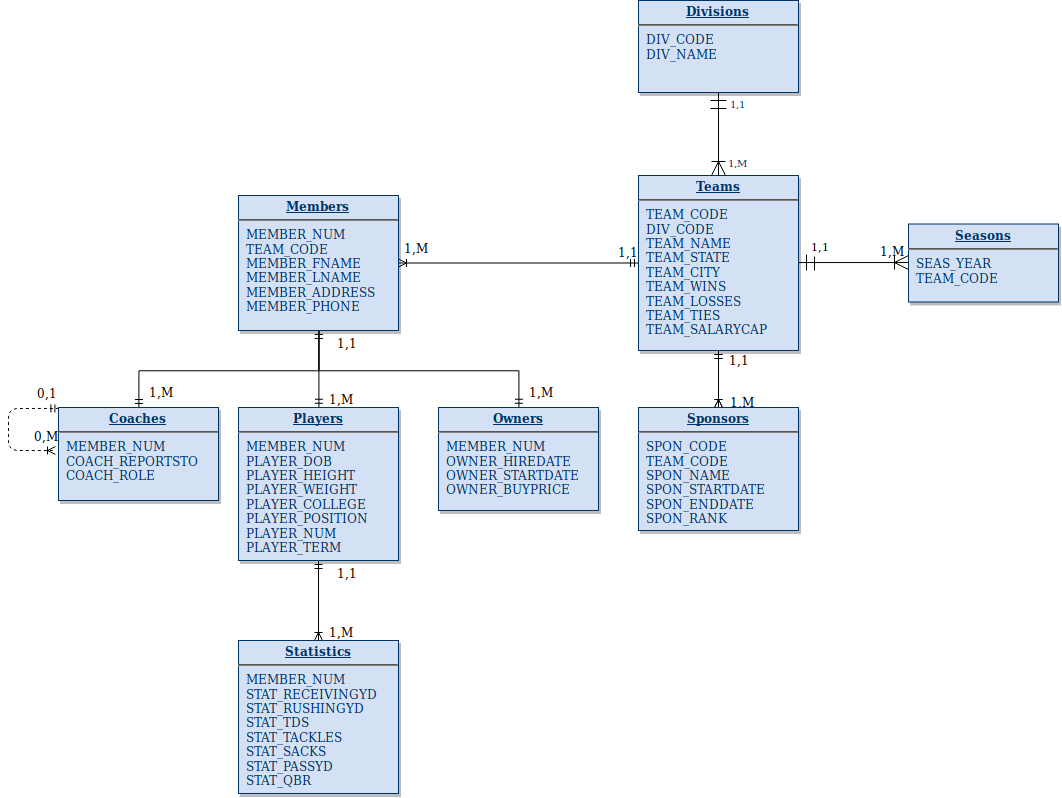
Above: football_db.png in molker/CSC3210-GroupProject (draw.io), before the change. Source tidied: cells renumbered, new cells last; positions are measured from the earlier drawing's top-left corner, leaving out a move shared by most shapes.
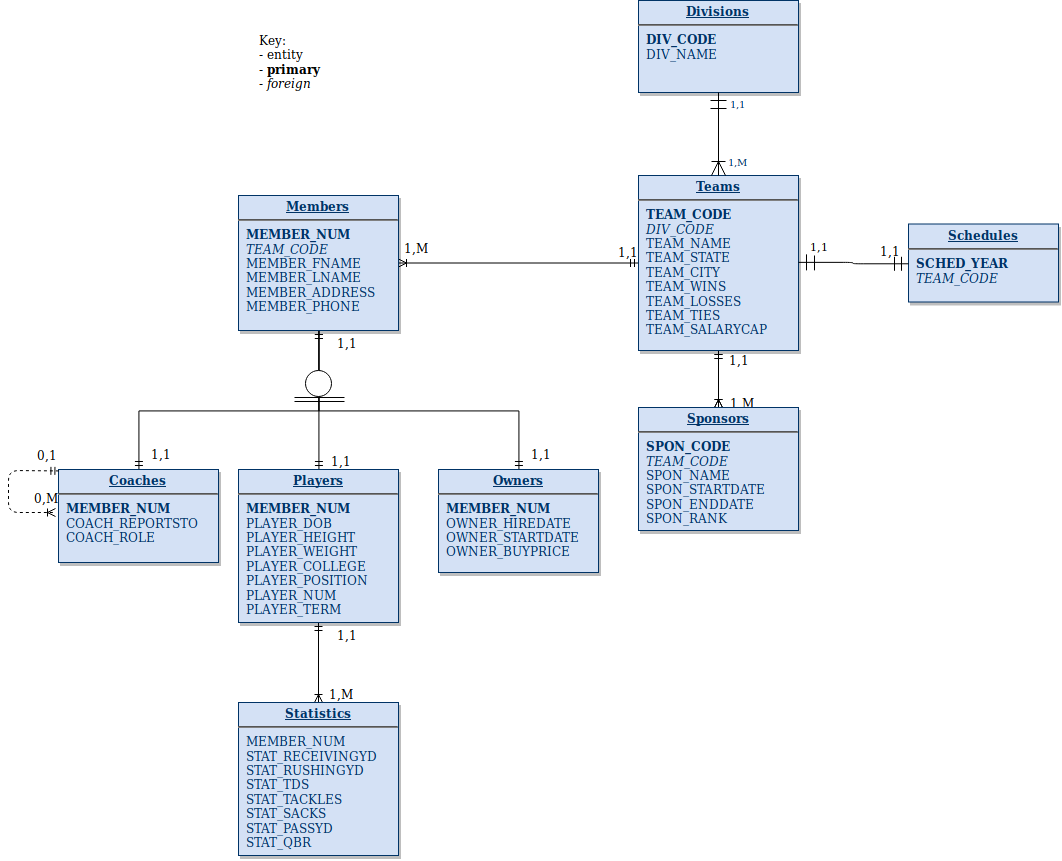
The same diagram one commit later.

Change to the diagram source:
```diff
@@ -2,8 +2,8 @@
   <root>
     <mxCell id="0" />
     <mxCell id="1" parent="0" />
-    <mxCell id="2" value="&lt;p style=&quot;margin: 0px ; margin-top: 4px ; text-align: center ; text-decoration: underline&quot;&gt;&lt;strong&gt;Seasons&lt;br&gt;&lt;/strong&gt;&lt;/p&gt;&lt;hr&gt;&lt;p style=&quot;margin: 0px ; margin-left: 8px&quot;&gt;SEAS_YEAR&lt;/p&gt;&lt;p style=&quot;margin: 0px ; margin-left: 8px&quot;&gt;TEAM_CODE&lt;br&gt;&lt;/p&gt;" style="verticalAlign=top;align=left;overflow=fill;fontSize=12;fontFamily=Helvetica;html=1;strokeColor=#003366;shadow=1;fillColor=#D4E1F5;fontColor=#003366;" parent="1" vertex="1">
-      <mxGeometry x="900" y="223.5" width="150" height="78" as="geometry" />
+    <mxCell id="2" value="&lt;p style=&quot;margin: 0px ; margin-top: 4px ; text-align: center ; text-decoration: underline&quot;&gt;&lt;strong&gt;Schedules&lt;br&gt;&lt;/strong&gt;&lt;/p&gt;&lt;hr&gt;&lt;p style=&quot;margin: 0px ; margin-left: 8px&quot;&gt;&lt;b&gt;SCHED_YEAR&lt;/b&gt;&lt;/p&gt;&lt;p style=&quot;margin: 0px ; margin-left: 8px&quot;&gt;&lt;i&gt;TEAM_CODE&lt;/i&gt;&lt;br&gt;&lt;/p&gt;" style="verticalAlign=top;align=left;overflow=fill;fontSize=12;fontFamily=Helvetica;html=1;strokeColor=#003366;shadow=1;fillColor=#D4E1F5;fontColor=#003366;" parent="1" vertex="1">
+      <mxGeometry x="900" y="161.5" width="150" height="78" as="geometry" />
     </mxCell>
     <mxCell id="3" style="edgeStyle=orthogonalEdgeStyle;rounded=0;jettySize=auto;html=1;startArrow=ERmandOne;startFill=0;endArrow=ERoneToMany;endFill=0;" parent="1" edge="1" source="8" target="14">
       <mxGeometry relative="1" as="geometry" />
@@ -24,14 +24,14 @@
     <mxCell id="7" style="edgeStyle=orthogonalEdgeStyle;rounded=0;jettySize=auto;html=1;startArrow=ERmandOne;startFill=0;endArrow=ERoneToMany;endFill=0;" parent="1" edge="1" source="8" target="14">
       <mxGeometry relative="1" as="geometry" />
     </mxCell>
-    <mxCell id="8" value="&lt;p style=&quot;margin: 0px ; margin-top: 4px ; text-align: center ; text-decoration: underline&quot;&gt;&lt;strong&gt;Teams&lt;br&gt;&lt;/strong&gt;&lt;/p&gt;&lt;hr&gt;&lt;p style=&quot;margin: 0px ; margin-left: 8px&quot;&gt;TEAM_CODE&lt;/p&gt;&lt;p style=&quot;margin: 0px ; margin-left: 8px&quot;&gt;DIV_CODE&lt;br&gt;TEAM_NAME&lt;/p&gt;&lt;p style=&quot;margin: 0px ; margin-left: 8px&quot;&gt;TEAM_STATE&lt;/p&gt;&lt;p style=&quot;margin: 0px ; margin-left: 8px&quot;&gt;TEAM_CITY&lt;/p&gt;&lt;p style=&quot;margin: 0px ; margin-left: 8px&quot;&gt;TEAM_WINS&lt;/p&gt;&lt;p style=&quot;margin: 0px ; margin-left: 8px&quot;&gt;TEAM_LOSSES&lt;/p&gt;&lt;p style=&quot;margin: 0px ; margin-left: 8px&quot;&gt;TEAM_TIES&lt;/p&gt;&lt;p style=&quot;margin: 0px ; margin-left: 8px&quot;&gt;TEAM_SALARYCAP&lt;br&gt;&lt;/p&gt;" style="verticalAlign=top;align=left;overflow=fill;fontSize=12;fontFamily=Helvetica;html=1;strokeColor=#003366;shadow=1;fillColor=#D4E1F5;fontColor=#003366;" parent="1" vertex="1">
-      <mxGeometry x="630" y="175" width="160" height="175" as="geometry" />
+    <mxCell id="8" value="&lt;p style=&quot;margin: 0px ; margin-top: 4px ; text-align: center ; text-decoration: underline&quot;&gt;&lt;strong&gt;Teams&lt;br&gt;&lt;/strong&gt;&lt;/p&gt;&lt;hr&gt;&lt;p style=&quot;margin: 0px ; margin-left: 8px&quot;&gt;&lt;b&gt;TEAM_CODE&lt;/b&gt;&lt;/p&gt;&lt;p style=&quot;margin: 0px ; margin-left: 8px&quot;&gt;&lt;i&gt;DIV_CODE&lt;/i&gt;&lt;br&gt;TEAM_NAME&lt;/p&gt;&lt;p style=&quot;margin: 0px ; margin-left: 8px&quot;&gt;TEAM_STATE&lt;/p&gt;&lt;p style=&quot;margin: 0px ; margin-left: 8px&quot;&gt;TEAM_CITY&lt;/p&gt;&lt;p style=&quot;margin: 0px ; margin-left: 8px&quot;&gt;TEAM_WINS&lt;/p&gt;&lt;p style=&quot;margin: 0px ; margin-left: 8px&quot;&gt;TEAM_LOSSES&lt;/p&gt;&lt;p style=&quot;margin: 0px ; margin-left: 8px&quot;&gt;TEAM_TIES&lt;/p&gt;&lt;p style=&quot;margin: 0px ; margin-left: 8px&quot;&gt;TEAM_SALARYCAP&lt;br&gt;&lt;/p&gt;" style="verticalAlign=top;align=left;overflow=fill;fontSize=12;fontFamily=Helvetica;html=1;strokeColor=#003366;shadow=1;fillColor=#D4E1F5;fontColor=#003366;" parent="1" vertex="1">
+      <mxGeometry x="630" y="113" width="160" height="175" as="geometry" />
     </mxCell>
     <mxCell id="9" style="edgeStyle=orthogonalEdgeStyle;rounded=0;jettySize=auto;html=1;startArrow=ERmandOne;startFill=0;endArrow=ERmandOne;endFill=0;" parent="1" edge="1" source="12" target="13">
       <mxGeometry relative="1" as="geometry">
         <Array as="points">
-          <mxPoint x="310" y="370" />
-          <mxPoint x="130" y="370" />
+          <mxPoint x="310" y="348" />
+          <mxPoint x="130" y="348" />
         </Array>
       </mxGeometry>
     </mxCell>
@@ -41,22 +41,22 @@
     <mxCell id="11" style="edgeStyle=orthogonalEdgeStyle;rounded=0;jettySize=auto;html=1;startArrow=ERmandOne;startFill=0;endArrow=ERmandOne;endFill=0;entryX=0.5;entryY=0;entryDx=0;entryDy=0;" parent="1" edge="1" source="12" target="24">
       <mxGeometry relative="1" as="geometry">
         <Array as="points">
-          <mxPoint x="310" y="370" />
-          <mxPoint x="510" y="370" />
+          <mxPoint x="310" y="348" />
+          <mxPoint x="510" y="348" />
         </Array>
       </mxGeometry>
     </mxCell>
-    <mxCell id="12" value="&lt;p style=&quot;margin: 0px ; margin-top: 4px ; text-align: center ; text-decoration: underline&quot;&gt;&lt;strong&gt;Members&lt;br&gt;&lt;/strong&gt;&lt;/p&gt;&lt;hr&gt;&lt;p style=&quot;margin: 0px ; margin-left: 8px&quot;&gt;MEMBER_NUM&lt;/p&gt;&lt;p style=&quot;margin: 0px ; margin-left: 8px&quot;&gt;TEAM_CODE&lt;/p&gt;&lt;p style=&quot;margin: 0px ; margin-left: 8px&quot;&gt;MEMBER_FNAME&lt;/p&gt;&lt;p style=&quot;margin: 0px ; margin-left: 8px&quot;&gt;MEMBER_LNAME&lt;/p&gt;&lt;p style=&quot;margin: 0px ; margin-left: 8px&quot;&gt;MEMBER_ADDRESS&lt;/p&gt;&lt;p style=&quot;margin: 0px ; margin-left: 8px&quot;&gt;MEMBER_PHONE&lt;br&gt;&lt;/p&gt;" style="verticalAlign=top;align=left;overflow=fill;fontSize=12;fontFamily=Helvetica;html=1;strokeColor=#003366;shadow=1;fillColor=#D4E1F5;fontColor=#003366;" parent="1" vertex="1">
-      <mxGeometry x="230" y="195" width="160" height="135" as="geometry" />
+    <mxCell id="12" value="&lt;p style=&quot;margin: 0px ; margin-top: 4px ; text-align: center ; text-decoration: underline&quot;&gt;&lt;strong&gt;Members&lt;br&gt;&lt;/strong&gt;&lt;/p&gt;&lt;hr&gt;&lt;p style=&quot;margin: 0px ; margin-left: 8px&quot;&gt;&lt;b&gt;MEMBER_NUM&lt;/b&gt;&lt;/p&gt;&lt;p style=&quot;margin: 0px ; margin-left: 8px&quot;&gt;&lt;i&gt;TEAM_CODE&lt;/i&gt;&lt;/p&gt;&lt;p style=&quot;margin: 0px ; margin-left: 8px&quot;&gt;MEMBER_FNAME&lt;/p&gt;&lt;p style=&quot;margin: 0px ; margin-left: 8px&quot;&gt;MEMBER_LNAME&lt;/p&gt;&lt;p style=&quot;margin: 0px ; margin-left: 8px&quot;&gt;MEMBER_ADDRESS&lt;/p&gt;&lt;p style=&quot;margin: 0px ; margin-left: 8px&quot;&gt;MEMBER_PHONE&lt;br&gt;&lt;/p&gt;" style="verticalAlign=top;align=left;overflow=fill;fontSize=12;fontFamily=Helvetica;html=1;strokeColor=#003366;shadow=1;fillColor=#D4E1F5;fontColor=#003366;" parent="1" vertex="1">
+      <mxGeometry x="230" y="133" width="160" height="135" as="geometry" />
     </mxCell>
-    <mxCell id="13" value="&lt;p style=&quot;margin: 0px ; margin-top: 4px ; text-align: center ; text-decoration: underline&quot;&gt;&lt;strong&gt;Coaches&lt;br&gt;&lt;/strong&gt;&lt;/p&gt;&lt;hr&gt;&lt;p style=&quot;margin: 0px ; margin-left: 8px&quot;&gt;MEMBER_NUM&lt;/p&gt;&lt;p style=&quot;margin: 0px ; margin-left: 8px&quot;&gt;COACH_REPORTSTO&lt;/p&gt;&lt;p style=&quot;margin: 0px ; margin-left: 8px&quot;&gt;COACH_ROLE&lt;br&gt;&lt;/p&gt;" style="verticalAlign=top;align=left;overflow=fill;fontSize=12;fontFamily=Helvetica;html=1;strokeColor=#003366;shadow=1;fillColor=#D4E1F5;fontColor=#003366;" parent="1" vertex="1">
+    <mxCell id="13" value="&lt;p style=&quot;margin: 0px ; margin-top: 4px ; text-align: center ; text-decoration: underline&quot;&gt;&lt;strong&gt;Coaches&lt;br&gt;&lt;/strong&gt;&lt;/p&gt;&lt;hr&gt;&lt;p style=&quot;margin: 0px ; margin-left: 8px&quot;&gt;&lt;b&gt;MEMBER_NUM&lt;/b&gt;&lt;/p&gt;&lt;p style=&quot;margin: 0px ; margin-left: 8px&quot;&gt;COACH_REPORTSTO&lt;/p&gt;&lt;p style=&quot;margin: 0px ; margin-left: 8px&quot;&gt;COACH_ROLE&lt;br&gt;&lt;/p&gt;" style="verticalAlign=top;align=left;overflow=fill;fontSize=12;fontFamily=Helvetica;html=1;strokeColor=#003366;shadow=1;fillColor=#D4E1F5;fontColor=#003366;" parent="1" vertex="1">
       <mxGeometry x="50" y="407" width="160" height="93" as="geometry" />
     </mxCell>
-    <mxCell id="14" value="&lt;p style=&quot;margin: 0px ; margin-top: 4px ; text-align: center ; text-decoration: underline&quot;&gt;&lt;strong&gt;Sponsors&lt;br&gt;&lt;/strong&gt;&lt;/p&gt;&lt;hr&gt;&lt;p style=&quot;margin: 0px ; margin-left: 8px&quot;&gt;SPON_CODE&lt;br&gt;&lt;/p&gt;&lt;p style=&quot;margin: 0px ; margin-left: 8px&quot;&gt;TEAM_CODE&lt;/p&gt;&lt;p style=&quot;margin: 0px ; margin-left: 8px&quot;&gt;SPON_NAME&lt;/p&gt;&lt;p style=&quot;margin: 0px ; margin-left: 8px&quot;&gt;SPON_STARTDATE&lt;/p&gt;&lt;p style=&quot;margin: 0px ; margin-left: 8px&quot;&gt;SPON_ENDDATE&lt;/p&gt;&lt;p style=&quot;margin: 0px ; margin-left: 8px&quot;&gt;SPON_RANK&lt;br&gt;&lt;/p&gt;" style="verticalAlign=top;align=left;overflow=fill;fontSize=12;fontFamily=Helvetica;html=1;strokeColor=#003366;shadow=1;fillColor=#D4E1F5;fontColor=#003366;" parent="1" vertex="1">
-      <mxGeometry x="630" y="407" width="160" height="123" as="geometry" />
+    <mxCell id="14" value="&lt;p style=&quot;margin: 0px ; margin-top: 4px ; text-align: center ; text-decoration: underline&quot;&gt;&lt;strong&gt;Sponsors&lt;br&gt;&lt;/strong&gt;&lt;/p&gt;&lt;hr&gt;&lt;p style=&quot;margin: 0px ; margin-left: 8px&quot;&gt;&lt;b&gt;SPON_CODE&lt;/b&gt;&lt;br&gt;&lt;/p&gt;&lt;p style=&quot;margin: 0px ; margin-left: 8px&quot;&gt;&lt;i&gt;TEAM_CODE&lt;/i&gt;&lt;/p&gt;&lt;p style=&quot;margin: 0px ; margin-left: 8px&quot;&gt;SPON_NAME&lt;/p&gt;&lt;p style=&quot;margin: 0px ; margin-left: 8px&quot;&gt;SPON_STARTDATE&lt;/p&gt;&lt;p style=&quot;margin: 0px ; margin-left: 8px&quot;&gt;SPON_ENDDATE&lt;/p&gt;&lt;p style=&quot;margin: 0px ; margin-left: 8px&quot;&gt;SPON_RANK&lt;br&gt;&lt;/p&gt;" style="verticalAlign=top;align=left;overflow=fill;fontSize=12;fontFamily=Helvetica;html=1;strokeColor=#003366;shadow=1;fillColor=#D4E1F5;fontColor=#003366;" parent="1" vertex="1">
+      <mxGeometry x="630" y="345" width="160" height="123" as="geometry" />
     </mxCell>
-    <mxCell id="15" value="&lt;p style=&quot;margin: 0px ; margin-top: 4px ; text-align: center ; text-decoration: underline&quot;&gt;&lt;strong&gt;Divisions&lt;br&gt;&lt;/strong&gt;&lt;/p&gt;&lt;hr&gt;&lt;p style=&quot;margin: 0px ; margin-left: 8px&quot;&gt;DIV_CODE&lt;br&gt;&lt;/p&gt;&lt;p style=&quot;margin: 0px ; margin-left: 8px&quot;&gt;DIV_NAME&lt;br&gt;&lt;/p&gt;&lt;p style=&quot;margin: 0px ; margin-left: 8px&quot;&gt;&lt;br&gt;&lt;/p&gt;" style="verticalAlign=top;align=left;overflow=fill;fontSize=12;fontFamily=Helvetica;html=1;strokeColor=#003366;shadow=1;fillColor=#D4E1F5;fontColor=#003366;" parent="1" vertex="1">
-      <mxGeometry x="630" width="160" height="92" as="geometry" />
+    <mxCell id="15" value="&lt;p style=&quot;margin: 0px ; margin-top: 4px ; text-align: center ; text-decoration: underline&quot;&gt;&lt;strong&gt;Divisions&lt;br&gt;&lt;/strong&gt;&lt;/p&gt;&lt;hr&gt;&lt;p style=&quot;margin: 0px ; margin-left: 8px&quot;&gt;&lt;b&gt;DIV_CODE&lt;/b&gt;&lt;br&gt;&lt;/p&gt;&lt;p style=&quot;margin: 0px ; margin-left: 8px&quot;&gt;DIV_NAME&lt;br&gt;&lt;/p&gt;&lt;p style=&quot;margin: 0px ; margin-left: 8px&quot;&gt;&lt;br&gt;&lt;/p&gt;" style="verticalAlign=top;align=left;overflow=fill;fontSize=12;fontFamily=Helvetica;html=1;strokeColor=#003366;shadow=1;fillColor=#D4E1F5;fontColor=#003366;" parent="1" vertex="1">
+      <mxGeometry x="630" y="-62" width="160" height="92" as="geometry" />
     </mxCell>
     <mxCell id="16" style="endArrow=ERoneToMany;endSize=12;startArrow=ERmandOne;startSize=14;startFill=0;edgeStyle=orthogonalEdgeStyle;endFill=0;" parent="1" edge="1" source="15" target="8">
       <mxGeometry x="1240" y="340" as="geometry" />
@@ -71,22 +71,22 @@
         <mxPoint x="31" y="-25" as="offset" />
       </mxGeometry>
     </mxCell>
-    <mxCell id="19" value="1,1" style="endArrow=ERoneToMany;endSize=12;startArrow=ERmandOne;startSize=14;startFill=0;edgeStyle=orthogonalEdgeStyle;align=left;verticalAlign=bottom;endFill=0;" parent="1" edge="1" source="8" target="2">
+    <mxCell id="19" value="1,1" style="endArrow=ERmandOne;endSize=12;startArrow=ERmandOne;startSize=14;startFill=0;edgeStyle=orthogonalEdgeStyle;align=left;verticalAlign=bottom;endFill=0;" parent="1" edge="1" source="8" target="2">
       <mxGeometry x="-0.82" y="5" relative="1" as="geometry" />
     </mxCell>
-    <mxCell id="20" value="1,M" style="text;html=1;align=left;verticalAlign=top;spacingTop=-4;" parent="1" vertex="1">
-      <mxGeometry x="870" y="241" width="40" height="20" as="geometry" />
+    <mxCell id="20" value="1,1" style="text;html=1;align=left;verticalAlign=top;spacingTop=-4;" parent="1" vertex="1">
+      <mxGeometry x="870" y="179" width="40" height="20" as="geometry" />
     </mxCell>
     <mxCell id="21" style="edgeStyle=orthogonalEdgeStyle;rounded=0;jettySize=auto;html=1;startArrow=ERmandOne;startFill=0;endArrow=ERoneToMany;endFill=0;" parent="1" edge="1" source="22" target="23">
       <mxGeometry relative="1" as="geometry" />
     </mxCell>
-    <mxCell id="22" value="&lt;p style=&quot;margin: 0px ; margin-top: 4px ; text-align: center ; text-decoration: underline&quot;&gt;&lt;strong&gt;Players&lt;br&gt;&lt;/strong&gt;&lt;/p&gt;&lt;hr&gt;&lt;p style=&quot;margin: 0px ; margin-left: 8px&quot;&gt;MEMBER_NUM&lt;/p&gt;&lt;p style=&quot;margin: 0px ; margin-left: 8px&quot;&gt;PLAYER_DOB&lt;/p&gt;&lt;p style=&quot;margin: 0px ; margin-left: 8px&quot;&gt;PLAYER_HEIGHT&lt;/p&gt;&lt;p style=&quot;margin: 0px ; margin-left: 8px&quot;&gt;PLAYER_WEIGHT&lt;/p&gt;&lt;p style=&quot;margin: 0px ; margin-left: 8px&quot;&gt;PLAYER_COLLEGE&lt;/p&gt;&lt;p style=&quot;margin: 0px ; margin-left: 8px&quot;&gt;PLAYER_POSITION&lt;/p&gt;&lt;p style=&quot;margin: 0px ; margin-left: 8px&quot;&gt;PLAYER_NUM&lt;/p&gt;&lt;p style=&quot;margin: 0px ; margin-left: 8px&quot;&gt;PLAYER_TERM&lt;br&gt;&lt;/p&gt;" style="verticalAlign=top;align=left;overflow=fill;fontSize=12;fontFamily=Helvetica;html=1;strokeColor=#003366;shadow=1;fillColor=#D4E1F5;fontColor=#003366;" parent="1" vertex="1">
+    <mxCell id="22" value="&lt;p style=&quot;margin: 0px ; margin-top: 4px ; text-align: center ; text-decoration: underline&quot;&gt;&lt;strong&gt;Players&lt;br&gt;&lt;/strong&gt;&lt;/p&gt;&lt;hr&gt;&lt;p style=&quot;margin: 0px ; margin-left: 8px&quot;&gt;&lt;b&gt;MEMBER_NUM&lt;/b&gt;&lt;/p&gt;&lt;p style=&quot;margin: 0px ; margin-left: 8px&quot;&gt;PLAYER_DOB&lt;/p&gt;&lt;p style=&quot;margin: 0px ; margin-left: 8px&quot;&gt;PLAYER_HEIGHT&lt;/p&gt;&lt;p style=&quot;margin: 0px ; margin-left: 8px&quot;&gt;PLAYER_WEIGHT&lt;/p&gt;&lt;p style=&quot;margin: 0px ; margin-left: 8px&quot;&gt;PLAYER_COLLEGE&lt;/p&gt;&lt;p style=&quot;margin: 0px ; margin-left: 8px&quot;&gt;PLAYER_POSITION&lt;/p&gt;&lt;p style=&quot;margin: 0px ; margin-left: 8px&quot;&gt;PLAYER_NUM&lt;/p&gt;&lt;p style=&quot;margin: 0px ; margin-left: 8px&quot;&gt;PLAYER_TERM&lt;br&gt;&lt;/p&gt;" style="verticalAlign=top;align=left;overflow=fill;fontSize=12;fontFamily=Helvetica;html=1;strokeColor=#003366;shadow=1;fillColor=#D4E1F5;fontColor=#003366;" parent="1" vertex="1">
       <mxGeometry x="230" y="407" width="160" height="153" as="geometry" />
     </mxCell>
     <mxCell id="23" value="&lt;p style=&quot;margin: 0px ; margin-top: 4px ; text-align: center ; text-decoration: underline&quot;&gt;&lt;strong&gt;Statistics&lt;br&gt;&lt;/strong&gt;&lt;/p&gt;&lt;hr&gt;&lt;p style=&quot;margin: 0px ; margin-left: 8px&quot;&gt;MEMBER_NUM&lt;/p&gt;&lt;p style=&quot;margin: 0px ; margin-left: 8px&quot;&gt;STAT_RECEIVINGYD&lt;/p&gt;&lt;p style=&quot;margin: 0px ; margin-left: 8px&quot;&gt;STAT_RUSHINGYD&lt;/p&gt;&lt;p style=&quot;margin: 0px ; margin-left: 8px&quot;&gt;STAT_TDS&lt;/p&gt;&lt;p style=&quot;margin: 0px ; margin-left: 8px&quot;&gt;STAT_TACKLES&lt;/p&gt;&lt;p style=&quot;margin: 0px ; margin-left: 8px&quot;&gt;STAT_SACKS&lt;/p&gt;&lt;p style=&quot;margin: 0px ; margin-left: 8px&quot;&gt;STAT_PASSYD&lt;/p&gt;&lt;p style=&quot;margin: 0px ; margin-left: 8px&quot;&gt;STAT_QBR&lt;br&gt;&lt;/p&gt;" style="verticalAlign=top;align=left;overflow=fill;fontSize=12;fontFamily=Helvetica;html=1;strokeColor=#003366;shadow=1;fillColor=#D4E1F5;fontColor=#003366;" parent="1" vertex="1">
       <mxGeometry x="230" y="640" width="160" height="153" as="geometry" />
     </mxCell>
-    <mxCell id="24" value="&lt;p style=&quot;margin: 0px ; margin-top: 4px ; text-align: center ; text-decoration: underline&quot;&gt;&lt;strong&gt;Owners&lt;br&gt;&lt;/strong&gt;&lt;/p&gt;&lt;hr&gt;&lt;p style=&quot;margin: 0px ; margin-left: 8px&quot;&gt;MEMBER_NUM&lt;/p&gt;&lt;p style=&quot;margin: 0px ; margin-left: 8px&quot;&gt;OWNER_HIREDATE&lt;/p&gt;&lt;p style=&quot;margin: 0px ; margin-left: 8px&quot;&gt;OWNER_STARTDATE&lt;/p&gt;&lt;p style=&quot;margin: 0px ; margin-left: 8px&quot;&gt;OWNER_BUYPRICE&lt;br&gt;&lt;/p&gt;" style="verticalAlign=top;align=left;overflow=fill;fontSize=12;fontFamily=Helvetica;html=1;strokeColor=#003366;shadow=1;fillColor=#D4E1F5;fontColor=#003366;" parent="1" vertex="1">
+    <mxCell id="24" value="&lt;p style=&quot;margin: 0px ; margin-top: 4px ; text-align: center ; text-decoration: underline&quot;&gt;&lt;strong&gt;Owners&lt;br&gt;&lt;/strong&gt;&lt;/p&gt;&lt;hr&gt;&lt;p style=&quot;margin: 0px ; margin-left: 8px&quot;&gt;&lt;b&gt;MEMBER_NUM&lt;/b&gt;&lt;/p&gt;&lt;p style=&quot;margin: 0px ; margin-left: 8px&quot;&gt;OWNER_HIREDATE&lt;/p&gt;&lt;p style=&quot;margin: 0px ; margin-left: 8px&quot;&gt;OWNER_STARTDATE&lt;/p&gt;&lt;p style=&quot;margin: 0px ; margin-left: 8px&quot;&gt;OWNER_BUYPRICE&lt;br&gt;&lt;/p&gt;" style="verticalAlign=top;align=left;overflow=fill;fontSize=12;fontFamily=Helvetica;html=1;strokeColor=#003366;shadow=1;fillColor=#D4E1F5;fontColor=#003366;" parent="1" vertex="1">
       <mxGeometry x="430" y="407" width="160" height="103" as="geometry" />
     </mxCell>
     <mxCell id="25" style="endArrow=ERoneToMany;dashed=1;html=1;exitX=0.006;exitY=0.009;exitDx=0;exitDy=0;exitPerimeter=0;startArrow=ERmandOne;startFill=0;endFill=0;" parent="1" edge="1" source="13">
@@ -99,12 +99,12 @@
       </mxGeometry>
     </mxCell>
     <mxCell id="26" value="1,1" style="text;html=1;align=center;verticalAlign=middle;labelBackgroundColor=#ffffff;" parent="1" vertex="1">
-      <mxGeometry x="601" y="249" as="geometry">
+      <mxGeometry x="601" y="187" as="geometry">
         <mxPoint x="18" y="1" as="offset" />
       </mxGeometry>
     </mxCell>
     <mxCell id="27" value="1,1" style="text;html=1;align=center;verticalAlign=middle;labelBackgroundColor=#ffffff;" parent="1" vertex="1">
-      <mxGeometry x="320" y="340" as="geometry">
+      <mxGeometry x="320" y="278" as="geometry">
         <mxPoint x="18" y="1" as="offset" />
       </mxGeometry>
     </mxCell>
@@ -114,16 +114,16 @@
       </mxGeometry>
     </mxCell>
     <mxCell id="29" value="1,M" style="text;html=1;align=center;verticalAlign=middle;labelBackgroundColor=#ffffff;" parent="1" vertex="1">
-      <mxGeometry x="385" y="246" as="geometry">
+      <mxGeometry x="385" y="184" as="geometry">
         <mxPoint x="22" as="offset" />
       </mxGeometry>
     </mxCell>
-    <mxCell id="30" value="1,M" style="text;html=1;align=center;verticalAlign=middle;labelBackgroundColor=#ffffff;" parent="1" vertex="1">
+    <mxCell id="30" value="1,1" style="text;html=1;align=center;verticalAlign=middle;labelBackgroundColor=#ffffff;" parent="1" vertex="1">
       <mxGeometry x="510" y="390" as="geometry">
         <mxPoint x="22" as="offset" />
       </mxGeometry>
     </mxCell>
-    <mxCell id="31" value="1,M" style="text;html=1;align=center;verticalAlign=middle;labelBackgroundColor=#ffffff;" parent="1" vertex="1">
+    <mxCell id="31" value="1,1" style="text;html=1;align=center;verticalAlign=middle;labelBackgroundColor=#ffffff;" parent="1" vertex="1">
       <mxGeometry x="310" y="397" as="geometry">
         <mxPoint x="22" as="offset" />
       </mxGeometry>
@@ -133,7 +133,7 @@
         <mxPoint x="22" as="offset" />
       </mxGeometry>
     </mxCell>
-    <mxCell id="33" value="1,M" style="text;html=1;align=center;verticalAlign=middle;labelBackgroundColor=#ffffff;" parent="1" vertex="1">
+    <mxCell id="33" value="1,1" style="text;html=1;align=center;verticalAlign=middle;labelBackgroundColor=#ffffff;" parent="1" vertex="1">
       <mxGeometry x="130" y="390" as="geometry">
         <mxPoint x="22" as="offset" />
       </mxGeometry>
@@ -148,5 +148,17 @@
         <mxPoint x="18" y="1" as="offset" />
       </mxGeometry>
     </mxCell>
+    <mxCell id="36" style="ellipse;whiteSpace=wrap;html=1;" parent="1" vertex="1">
+      <mxGeometry x="297" y="308" width="26" height="26" as="geometry" />
+    </mxCell>
+    <mxCell id="37" style="shape=link;html=1;shadow=0;startArrow=ERmandOne;startFill=0;endArrow=ERmandOne;endFill=0;" parent="1" edge="1">
+      <mxGeometry relative="1" as="geometry">
+        <mxPoint x="286" y="337" as="sourcePoint" />
+        <mxPoint x="336" y="337" as="targetPoint" />
+      </mxGeometry>
+    </mxCell>
+    <mxCell id="38" value="&lt;div&gt;Key:&lt;/div&gt;&lt;div&gt;- entity&lt;/div&gt;&lt;div&gt;- &lt;b&gt;primary&lt;/b&gt;&lt;/div&gt;&lt;div&gt;&lt;i&gt;- foreign&lt;/i&gt;&lt;br&gt;&lt;/div&gt;" style="text;html=1;align=left;verticalAlign=top;spacingTop=-4;" parent="1" vertex="1">
+      <mxGeometry x="249" y="-32" width="80" height="60" as="geometry" />
+    </mxCell>
   </root>
 </mxGraphModel>
```
